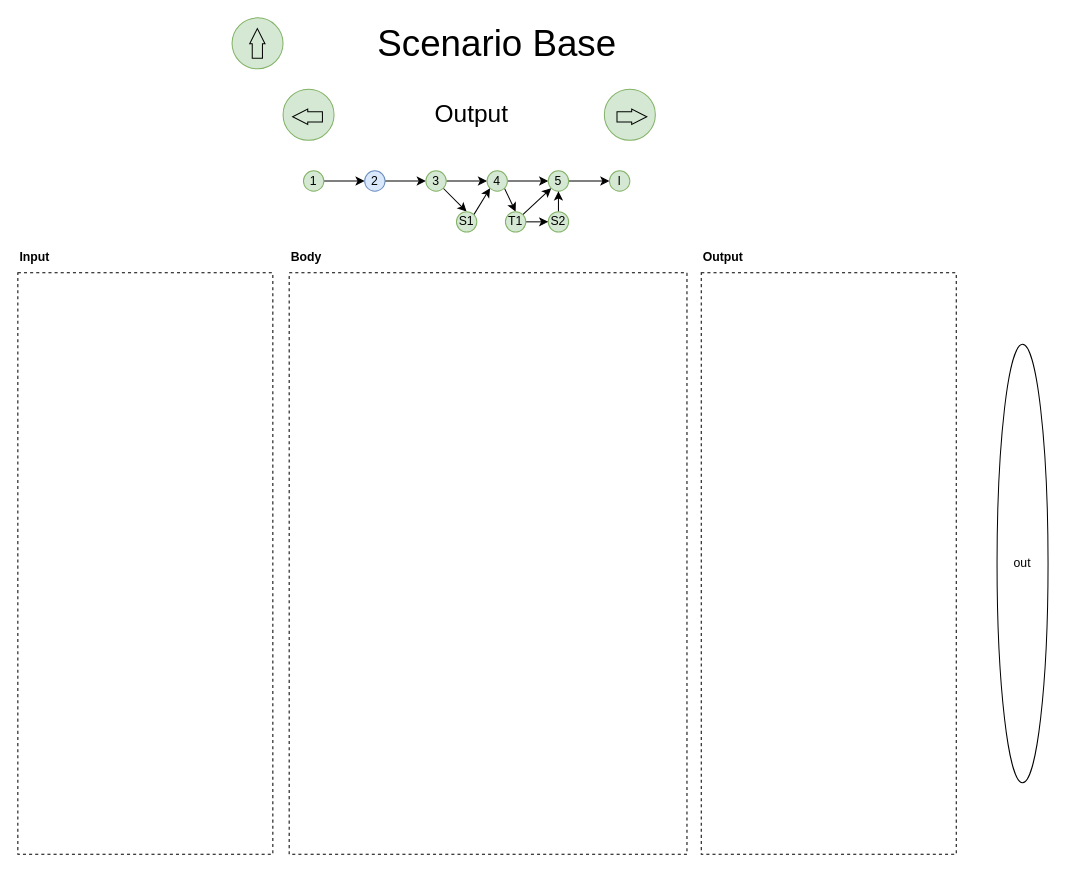
Earlier version of the draw.io diagram page "2" (2 of 9) of spec/BaseScenario.drawio (Pruvendo/hipo-wallet). Source tidied: cells renumbered, new cells numbered last; positions are measured from the earlier drawing's top-left corner, leaving out a move shared by most shapes. Both pictures are drawn from the tidied source at 102%, with x=0, y=0 at pixel (17, 17).
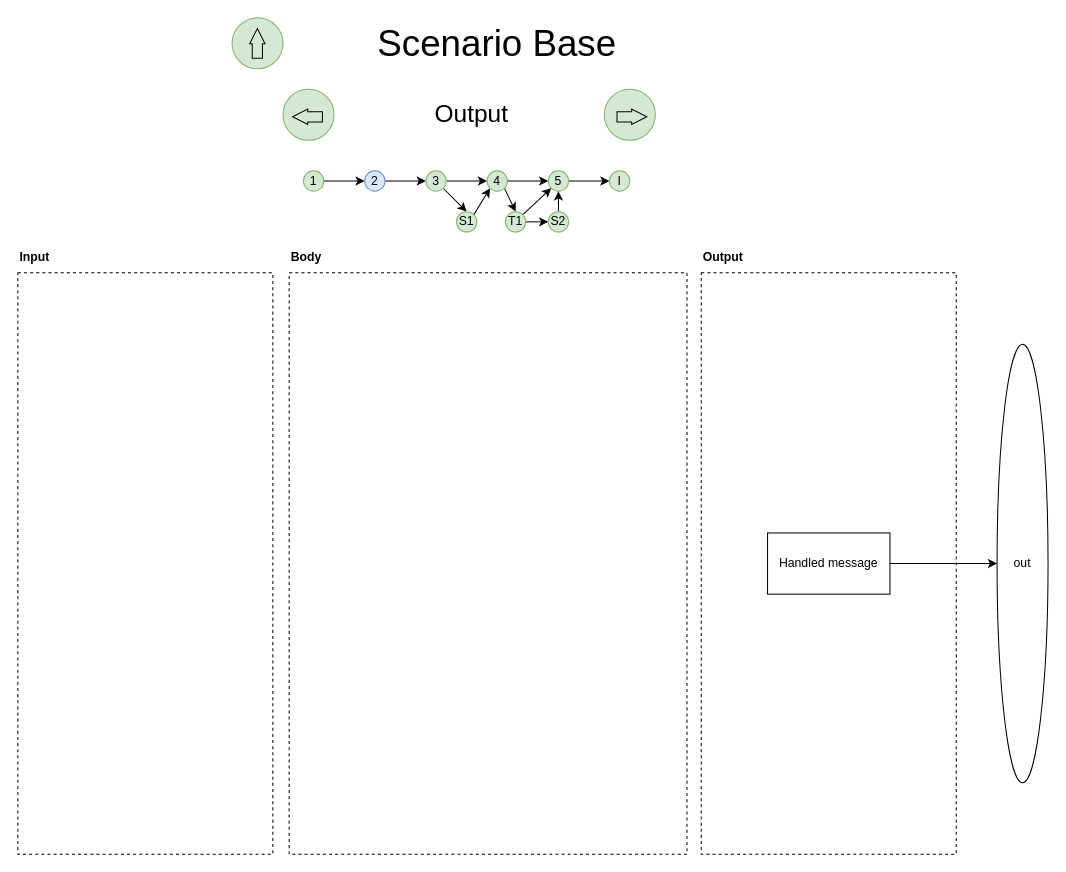
Above is the later version.

The change refers to these unchanged cells:
```xml
<mxCell id="2" style="group;" parent="1" vertex="1">
  <mxGeometry x="670" y="180" width="340" height="600" as="geometry" />
</mxCell>
<mxCell id="5" value="out" style="ellipse;whiteSpace=wrap;html=1;" parent="2" vertex="1">
  <mxGeometry x="290" y="140" width="50" height="430" as="geometry" />
</mxCell>
```

Diff of the diagram source:
```diff
@@
+    <mxCell id="40" style="edgeStyle=orthogonalEdgeStyle;rounded=0;jettySize=auto;html=1;exitX=1;exitY=0.5;exitDx=0;exitDy=0;entryX=0;entryY=0.5;entryDx=0;entryDy=0;" parent="2" edge="1" source="41" target="5">
+      <mxGeometry relative="1" as="geometry" />
+    </mxCell>
+    <mxCell id="41" value="Handled message" style="rounded=0;whiteSpace=wrap;html=1;" parent="2" vertex="1">
+      <mxGeometry x="65" y="325" width="120" height="60" as="geometry" />
+    </mxCell>
```
